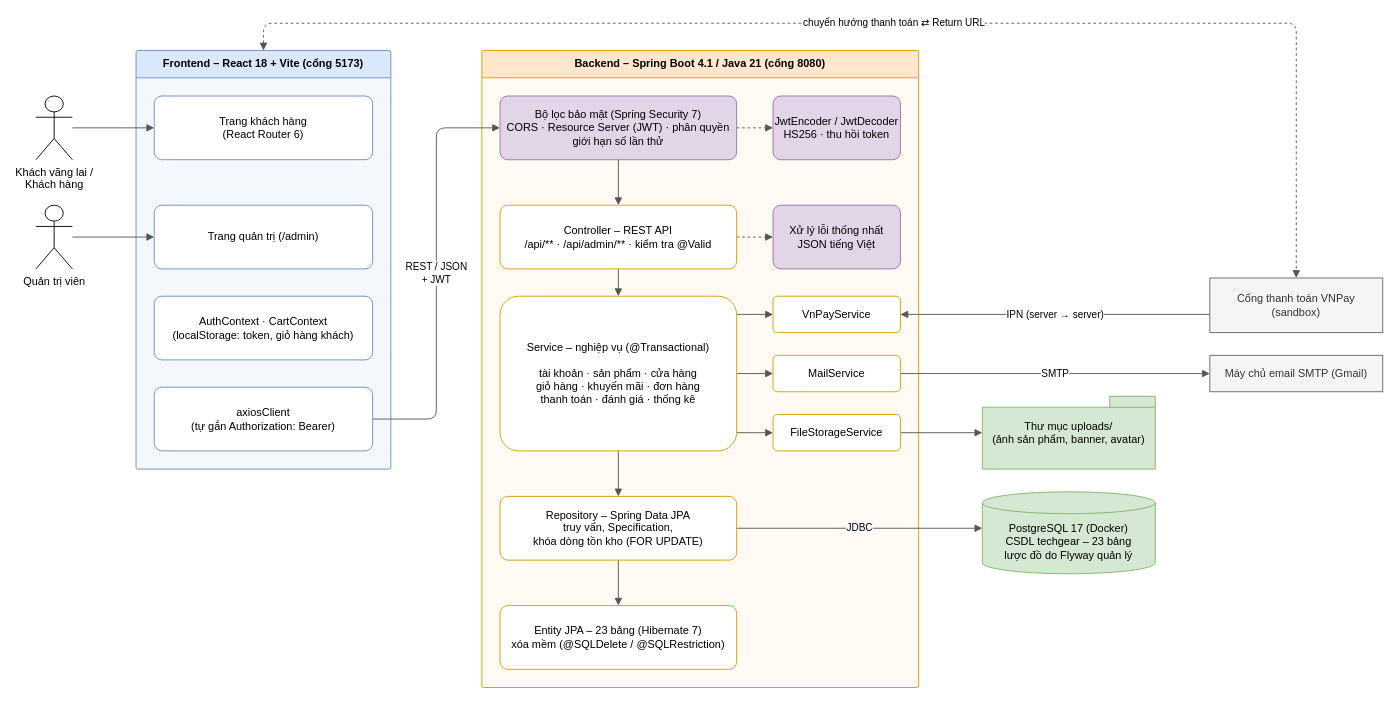
Before: docs/thiet-ke/02_kien_truc_tong_the.drawio in phdinh254/TechGear, a draw.io diagram. Source tidied: cells renumbered, new cells numbered last; positions are measured from the earlier drawing's top-left corner, leaving out a move shared by most shapes. Both pictures are drawn from the tidied source at 91%, with x=0, y=0 at pixel (35, 23).
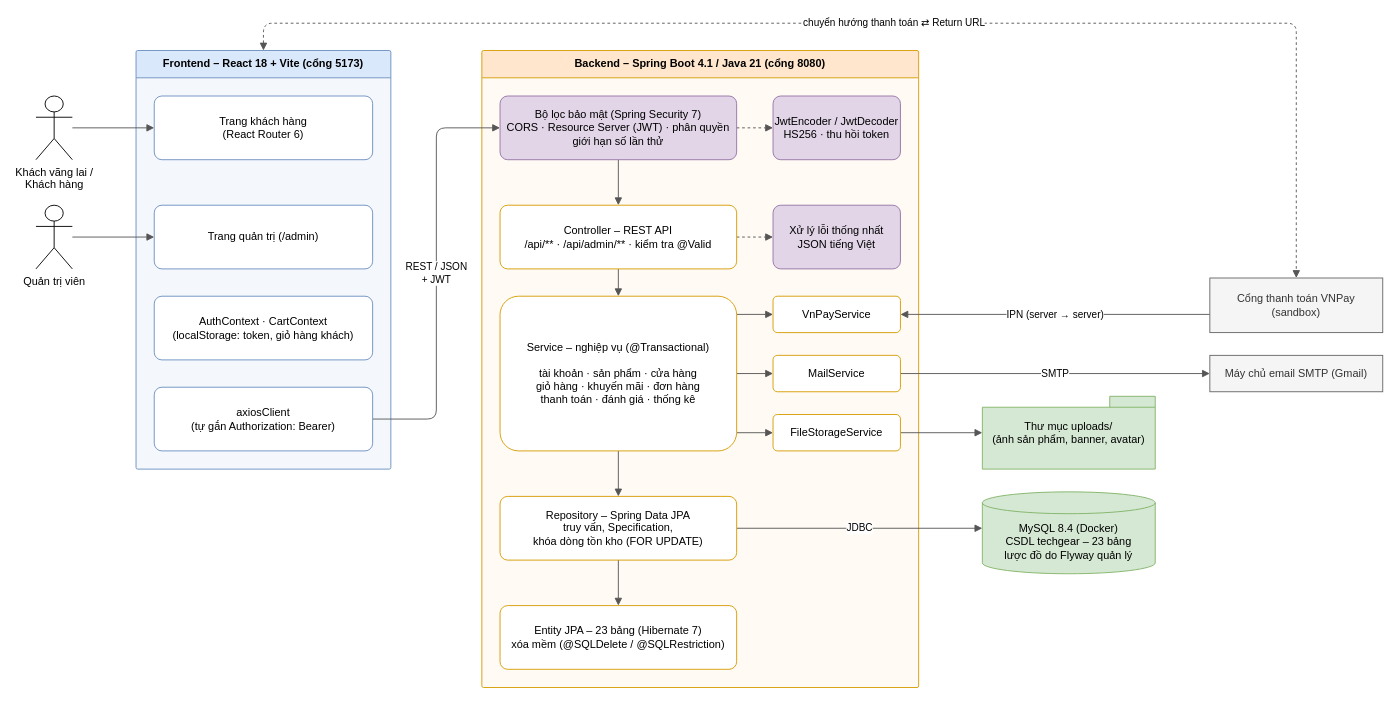
The same page after the edit.

Diff of the diagram source:
```diff
@@
-    <mxCell id="38" value="PostgreSQL 17 (Docker)&lt;br&gt;CSDL techgear – 23 bảng&lt;br&gt;lược đồ do Flyway quản lý" style="shape=cylinder3;whiteSpace=wrap;html=1;boundedLbl=1;size=12;fillColor=#d5e8d4;strokeColor=#82b366;" parent="1" vertex="1">
+    <mxCell id="38" value="MySQL 8.4 (Docker)&lt;br&gt;CSDL techgear – 23 bảng&lt;br&gt;lược đồ do Flyway quản lý" style="shape=cylinder3;whiteSpace=wrap;html=1;boundedLbl=1;size=12;fillColor=#d5e8d4;strokeColor=#82b366;" parent="1" vertex="1">
       <mxGeometry x="1040" y="515" width="190" height="90" as="geometry" />
     </mxCell>
```
